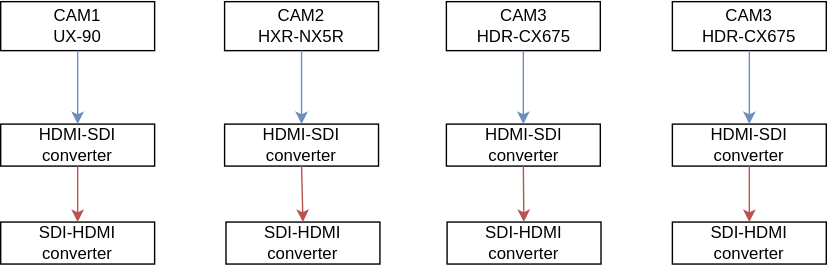
Before: drawio-svg/jsys23-eizou-wiring.drawio.svg, a diagram exported from draw.io (dolceWFC/sohosai-eizou-live-wiring). Source tidied: cells renumbered, new cells last; positions are measured from the earlier drawing's top-left corner, leaving out a move shared by most shapes.
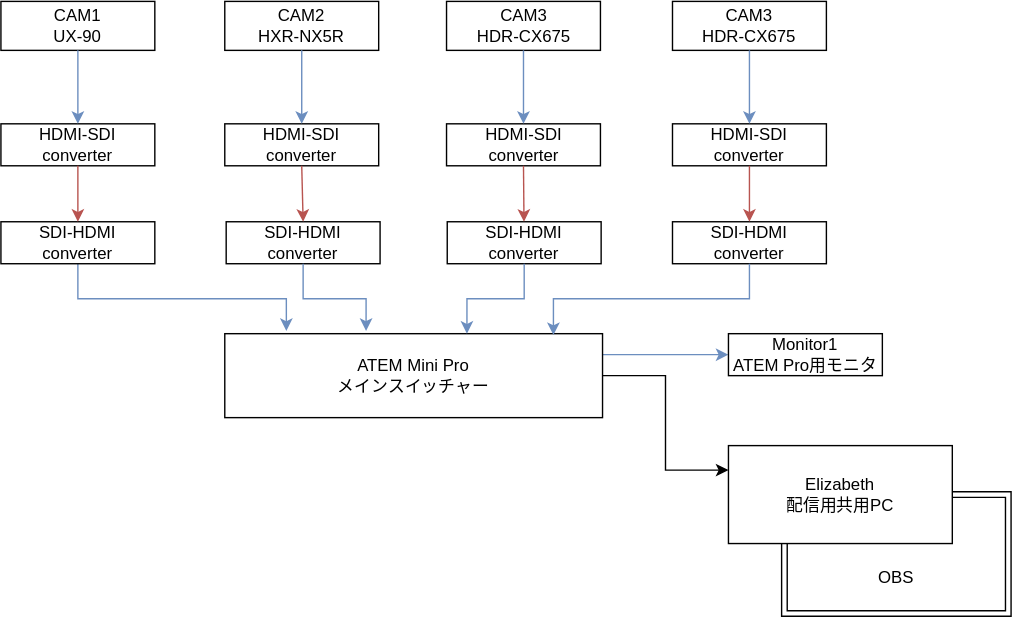
The same diagram one commit later.

Commit message:
jsys23-eizou-wiring.drawio.svg を更新します

The edit, as a diff of the source:
```diff
@@ -38,6 +38,9 @@
     <mxCell id="13" style="endArrow=classic;html=1;rounded=0;exitX=0.5;exitY=1;exitDx=0;exitDy=0;entryX=0.5;entryY=0;entryDx=0;entryDy=0;fillColor=#dae8fc;strokeColor=#6c8ebf;" parent="1" edge="1" source="5" target="9">
       <mxGeometry relative="1" as="geometry" />
     </mxCell>
+    <mxCell id="22" style="edgeStyle=orthogonalEdgeStyle;rounded=0;jettySize=auto;html=1;exitX=0.5;exitY=1;exitDx=0;exitDy=0;entryX=0.163;entryY=-0.033;entryDx=0;entryDy=0;entryPerimeter=0;fillColor=#dae8fc;strokeColor=#6c8ebf;" parent="1" edge="1" source="14" target="25">
+      <mxGeometry relative="1" as="geometry" />
+    </mxCell>
     <mxCell id="14" value="SDI-HDMI&lt;br&gt;converter" style="text;html=1;strokeColor=default;fillColor=none;align=center;verticalAlign=middle;whiteSpace=wrap;rounded=0;" parent="1" vertex="1">
       <mxGeometry y="158" width="110" height="30" as="geometry" />
     </mxCell>
@@ -62,5 +65,41 @@
     <mxCell id="21" style="endArrow=classic;html=1;rounded=0;exitX=0.5;exitY=1;exitDx=0;exitDy=0;fillColor=#f8cecc;strokeColor=#b85450;entryX=0.5;entryY=0;entryDx=0;entryDy=0;" parent="1" edge="1" source="9" target="17">
       <mxGeometry relative="1" as="geometry" />
     </mxCell>
+    <mxCell id="23" style="edgeStyle=orthogonalEdgeStyle;rounded=0;jettySize=auto;html=1;exitX=1;exitY=0.25;exitDx=0;exitDy=0;entryX=0;entryY=0.5;entryDx=0;entryDy=0;fillColor=#dae8fc;strokeColor=#6c8ebf;" parent="1" edge="1" source="25" target="29">
+      <mxGeometry relative="1" as="geometry" />
+    </mxCell>
+    <mxCell id="24" style="edgeStyle=orthogonalEdgeStyle;rounded=0;jettySize=auto;html=1;exitX=1;exitY=0.5;exitDx=0;exitDy=0;entryX=0;entryY=0.25;entryDx=0;entryDy=0;" parent="1" edge="1" source="25" target="30">
+      <mxGeometry relative="1" as="geometry" />
+    </mxCell>
+    <mxCell id="25" value="ATEM Mini Pro&lt;br&gt;メインスイッチャー" style="text;html=1;strokeColor=default;fillColor=none;align=center;verticalAlign=middle;whiteSpace=wrap;rounded=0;" parent="1" vertex="1">
+      <mxGeometry x="160" y="238" width="270" height="60" as="geometry" />
+    </mxCell>
+    <mxCell id="26" style="edgeStyle=orthogonalEdgeStyle;rounded=0;jettySize=auto;html=1;exitX=0.5;exitY=1;exitDx=0;exitDy=0;entryX=0.374;entryY=-0.033;entryDx=0;entryDy=0;entryPerimeter=0;fillColor=#dae8fc;strokeColor=#6c8ebf;" parent="1" edge="1" source="15" target="25">
+      <mxGeometry relative="1" as="geometry" />
+    </mxCell>
+    <mxCell id="27" style="edgeStyle=orthogonalEdgeStyle;rounded=0;jettySize=auto;html=1;exitX=0.5;exitY=1;exitDx=0;exitDy=0;entryX=0.641;entryY=0;entryDx=0;entryDy=0;entryPerimeter=0;fillColor=#dae8fc;strokeColor=#6c8ebf;" parent="1" edge="1" source="16" target="25">
+      <mxGeometry relative="1" as="geometry" />
+    </mxCell>
+    <mxCell id="28" style="edgeStyle=orthogonalEdgeStyle;rounded=0;jettySize=auto;html=1;exitX=0.5;exitY=1;exitDx=0;exitDy=0;entryX=0.87;entryY=0.017;entryDx=0;entryDy=0;entryPerimeter=0;fillColor=#dae8fc;strokeColor=#6c8ebf;" parent="1" edge="1" source="17" target="25">
+      <mxGeometry relative="1" as="geometry" />
+    </mxCell>
+    <mxCell id="29" value="Monitor1&lt;br&gt;ATEM Pro用モニタ" style="text;html=1;strokeColor=default;fillColor=none;align=center;verticalAlign=middle;whiteSpace=wrap;rounded=0;" parent="1" vertex="1">
+      <mxGeometry x="520" y="238" width="110" height="30" as="geometry" />
+    </mxCell>
+    <mxCell id="30" value="Elizabeth&lt;br&gt;配信用共用PC" style="text;html=1;strokeColor=default;fillColor=none;align=center;verticalAlign=middle;whiteSpace=wrap;rounded=0;" parent="1" vertex="1">
+      <mxGeometry x="520" y="318" width="160" height="70" as="geometry" />
+    </mxCell>
+    <mxCell id="31" style="edgeStyle=orthogonalEdgeStyle;rounded=0;orthogonalLoop=1;jettySize=auto;html=1;exitX=0.25;exitY=1;exitDx=0;exitDy=0;entryX=1;entryY=0.5;entryDx=0;entryDy=0;shape=link;" parent="1" edge="1" source="30" target="30">
+      <mxGeometry relative="1" as="geometry">
+        <Array as="points">
+          <mxPoint x="560" y="438" />
+          <mxPoint x="720" y="438" />
+          <mxPoint x="720" y="353" />
+        </Array>
+      </mxGeometry>
+    </mxCell>
+    <mxCell id="32" value="OBS" style="text;html=1;strokeColor=none;fillColor=none;align=center;verticalAlign=middle;whiteSpace=wrap;rounded=0;" parent="1" vertex="1">
+      <mxGeometry x="610" y="398" width="60" height="30" as="geometry" />
+    </mxCell>
   </root>
 </mxGraphModel>
```
